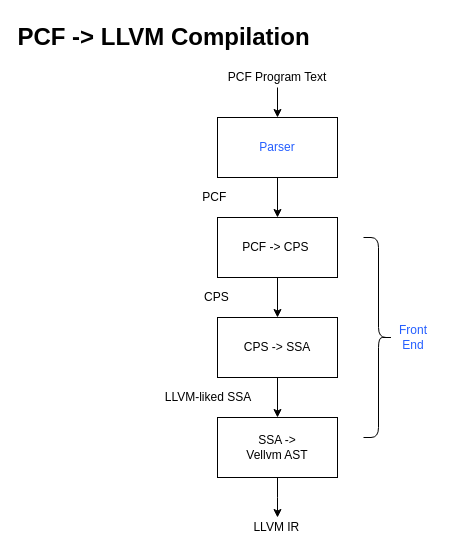
Before: llvmfrontbasic.drawio in ABigDoge/MyDiagrams, a draw.io diagram. Source tidied: cells renumbered, new cells numbered last; positions are measured from the earlier drawing's top-left corner, leaving out a move shared by most shapes. Both pictures are drawn from the tidied source at 100%, with x=0, y=0 at pixel (113, 17).
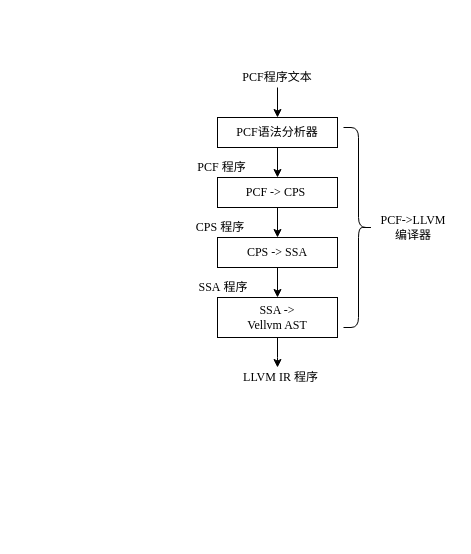
The same diagram, later.

Change to the diagram source:
```diff
@@
-    <mxCell id="3" value="&lt;font color=&quot;#245eff&quot;&gt;Parser&lt;/font&gt;" style="rounded=0;whiteSpace=wrap;html=1;" parent="1" vertex="1">
-      <mxGeometry x="104" y="100" width="120" height="60" as="geometry" />
+    <mxCell id="3" value="&lt;font face=&quot;Times New Roman&quot;&gt;PCF语法分析器&lt;/font&gt;" style="rounded=0;whiteSpace=wrap;html=1;" parent="1" vertex="1">
+      <mxGeometry x="104" y="100" width="120" height="30" as="geometry" />
     </mxCell>
@@
-    <mxCell id="5" value="PCF -&amp;gt; CPS&amp;nbsp;" style="whiteSpace=wrap;html=1;rounded=0;" parent="1" vertex="1">
-      <mxGeometry x="104" y="200" width="120" height="60" as="geometry" />
+    <mxCell id="5" value="&lt;font face=&quot;Times New Roman&quot;&gt;PCF -&amp;gt; CPS&amp;nbsp;&lt;/font&gt;" style="whiteSpace=wrap;html=1;rounded=0;" parent="1" vertex="1">
+      <mxGeometry x="104" y="160" width="120" height="30" as="geometry" />
     </mxCell>
@@
-    <mxCell id="7" value="CPS -&amp;gt; SSA" style="whiteSpace=wrap;html=1;rounded=0;" parent="1" vertex="1">
-      <mxGeometry x="104" y="300" width="120" height="60" as="geometry" />
+    <mxCell id="7" value="&lt;font face=&quot;Times New Roman&quot;&gt;CPS -&amp;gt; SSA&lt;/font&gt;" style="whiteSpace=wrap;html=1;rounded=0;" parent="1" vertex="1">
+      <mxGeometry x="104" y="220" width="120" height="30" as="geometry" />
     </mxCell>
     <mxCell id="8" style="edgeStyle=orthogonalEdgeStyle;rounded=0;jettySize=auto;html=1;" parent="1" edge="1" source="9">
       <mxGeometry relative="1" as="geometry">
-        <mxPoint x="164" y="500" as="targetPoint" />
+        <mxPoint x="164" y="350" as="targetPoint" />
       </mxGeometry>
     </mxCell>
-    <mxCell id="9" value="SSA -&amp;gt; &lt;br&gt;Vellvm AST" style="whiteSpace=wrap;html=1;rounded=0;" parent="1" vertex="1">
-      <mxGeometry x="104" y="400" width="120" height="60" as="geometry" />
+    <mxCell id="9" value="&lt;font face=&quot;Times New Roman&quot;&gt;SSA -&amp;gt; &lt;br&gt;Vellvm AST&lt;/font&gt;" style="whiteSpace=wrap;html=1;rounded=0;" parent="1" vertex="1">
+      <mxGeometry x="104" y="280" width="120" height="40" as="geometry" />
     </mxCell>
     <mxCell id="10" style="shape=curlyBracket;whiteSpace=wrap;html=1;rounded=1;flipH=1;" parent="1" vertex="1">
-      <mxGeometry x="250" y="220" width="30" height="200" as="geometry" />
+      <mxGeometry x="230" y="110" width="30" height="200" as="geometry" />
     </mxCell>
-    <mxCell id="11" value="&lt;font color=&quot;#245eff&quot;&gt;Front End&lt;/font&gt;" style="text;html=1;strokeColor=none;fillColor=none;align=center;verticalAlign=middle;whiteSpace=wrap;rounded=0;" parent="1" vertex="1">
-      <mxGeometry x="280" y="310" width="40" height="20" as="geometry" />
+    <mxCell id="11" value="&lt;font face=&quot;Times New Roman&quot;&gt;PCF-&amp;gt;LLVM&lt;br&gt;编译器&lt;/font&gt;" style="text;html=1;strokeColor=none;fillColor=none;align=center;verticalAlign=middle;whiteSpace=wrap;rounded=0;" parent="1" vertex="1">
+      <mxGeometry x="260" y="195" width="80" height="30" as="geometry" />
     </mxCell>
@@
-    <mxCell id="13" value="PCF Program Text" style="text;html=1;strokeColor=none;fillColor=none;align=center;verticalAlign=middle;whiteSpace=wrap;rounded=0;" parent="1" vertex="1">
+    <mxCell id="13" value="&lt;font face=&quot;Times New Roman&quot;&gt;PCF程序&lt;/font&gt;文本" style="text;html=1;strokeColor=none;fillColor=none;align=center;verticalAlign=middle;whiteSpace=wrap;rounded=0;" parent="1" vertex="1">
       <mxGeometry x="89" y="50" width="150" height="20" as="geometry" />
     </mxCell>
-    <mxCell id="14" value="PCF&amp;nbsp;" style="text;html=1;strokeColor=none;fillColor=none;align=center;verticalAlign=middle;whiteSpace=wrap;rounded=0;" parent="1" vertex="1">
-      <mxGeometry x="70" y="170" width="65.5" height="20" as="geometry" />
+    <mxCell id="14" value="&lt;font face=&quot;Times New Roman&quot;&gt;PCF 程序&amp;nbsp;&lt;/font&gt;" style="text;html=1;strokeColor=none;fillColor=none;align=center;verticalAlign=middle;whiteSpace=wrap;rounded=0;" parent="1" vertex="1">
+      <mxGeometry x="76.8" y="140" width="65.5" height="20" as="geometry" />
     </mxCell>
-    <mxCell id="15" value="CPS&amp;nbsp;" style="text;html=1;strokeColor=none;fillColor=none;align=center;verticalAlign=middle;whiteSpace=wrap;rounded=0;" parent="1" vertex="1">
-      <mxGeometry x="70" y="270" width="70" height="20" as="geometry" />
+    <mxCell id="15" value="&lt;font face=&quot;Times New Roman&quot;&gt;CPS 程序&lt;/font&gt;" style="text;html=1;strokeColor=none;fillColor=none;align=center;verticalAlign=middle;whiteSpace=wrap;rounded=0;" parent="1" vertex="1">
+      <mxGeometry x="72.2" y="200" width="70" height="20" as="geometry" />
     </mxCell>
-    <mxCell id="16" value="LLVM-liked SSA" style="text;html=1;strokeColor=none;fillColor=none;align=center;verticalAlign=middle;whiteSpace=wrap;rounded=0;" parent="1" vertex="1">
-      <mxGeometry x="40" y="370" width="110" height="20" as="geometry" />
+    <mxCell id="16" value="&lt;font face=&quot;Times New Roman&quot;&gt;SSA&amp;nbsp;&lt;/font&gt;程序" style="text;html=1;strokeColor=none;fillColor=none;align=center;verticalAlign=middle;whiteSpace=wrap;rounded=0;" parent="1" vertex="1">
+      <mxGeometry x="54.5" y="260" width="110" height="20" as="geometry" />
     </mxCell>
-    <mxCell id="17" value="LLVM IR&amp;nbsp;" style="text;html=1;strokeColor=none;fillColor=none;align=center;verticalAlign=middle;whiteSpace=wrap;rounded=0;" parent="1" vertex="1">
-      <mxGeometry x="100" y="500" width="130" height="20" as="geometry" />
+    <mxCell id="17" value="&lt;font face=&quot;Times New Roman&quot;&gt;LLVM IR 程序&amp;nbsp;&lt;/font&gt;" style="text;html=1;strokeColor=none;fillColor=none;align=center;verticalAlign=middle;whiteSpace=wrap;rounded=0;" parent="1" vertex="1">
+      <mxGeometry x="104" y="350" width="130" height="20" as="geometry" />
     </mxCell>
-    <mxCell id="18" value="PCF -&amp;gt; LLVM Compilation" style="text;strokeColor=none;fillColor=none;html=1;fontSize=24;fontStyle=1;verticalAlign=middle;align=center;" parent="1" vertex="1">
-      <mxGeometry width="100" height="40" as="geometry" />
-    </mxCell>
```
